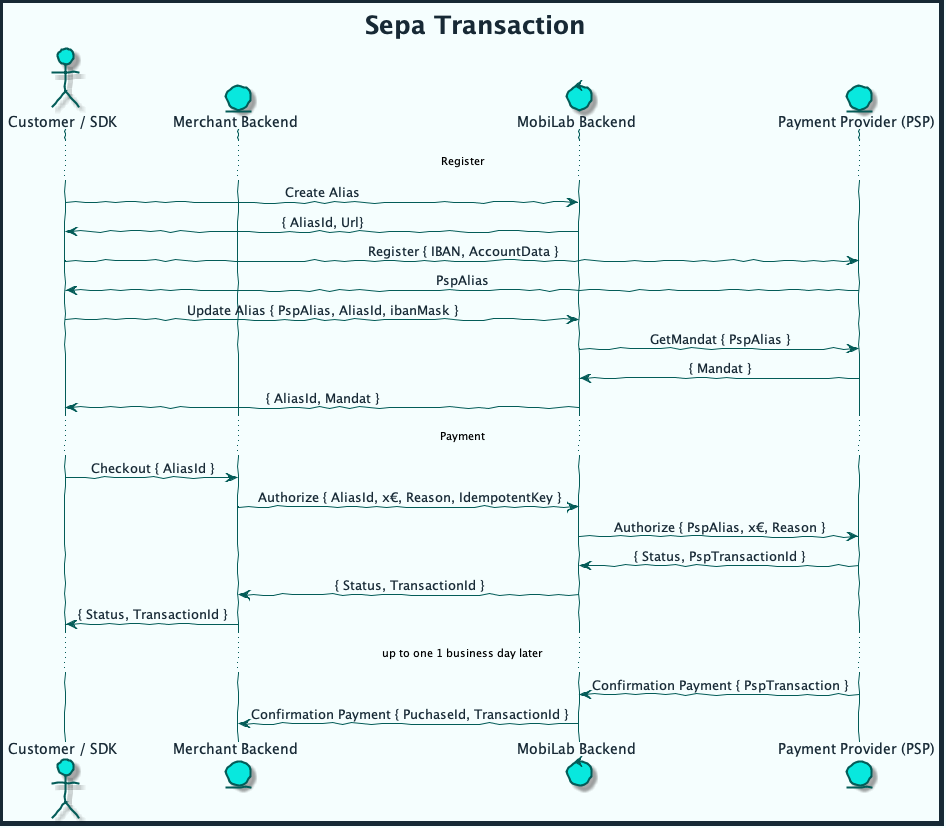
This is diagrams/out/sepa_transaction.png from mobilabsolutions/stash-sdk-wiki, a PlantUML export, as it was before one commit.
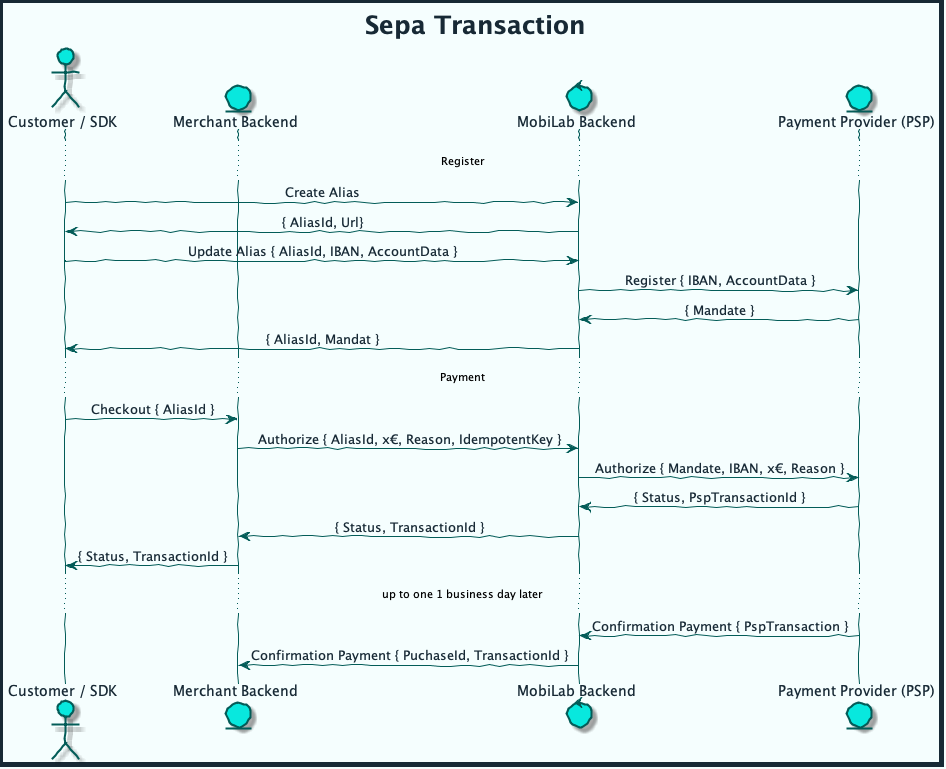
The same file after the commit.

Commit message:
update SEPA flow / IBAN Registration / Payment

Change to the diagram source:
```diff
@@ -56,18 +56,17 @@
 User -> MBE: Create Alias
 MBE -> User: { AliasId, Url}
 
-User -> PSP: Register { IBAN, AccountData }
-PSP -> User: PspAlias
+User -> MBE: Update Alias { AliasId, IBAN, AccountData }
 
-User -> MBE: Update Alias { PspAlias, AliasId, ibanMask }
-MBE -> PSP: GetMandat { PspAlias }
-PSP -> MBE: { Mandat }
+MBE -> PSP: Register { IBAN, AccountData }
+PSP -> MBE: { Mandate }
+
 MBE -> User: { AliasId, Mandat }
 
 ... Payment ...
 User -> MEC: Checkout { AliasId }
 MEC -> MBE: Authorize { AliasId, x€, Reason, IdempotentKey }
-MBE -> PSP: Authorize { PspAlias, x€, Reason }
+MBE -> PSP: Authorize { Mandate, IBAN, x€, Reason }
 PSP -> MBE: { Status, PspTransactionId }
 MBE -> MEC: { Status, TransactionId }
 MEC -> User: { Status, TransactionId }
```
